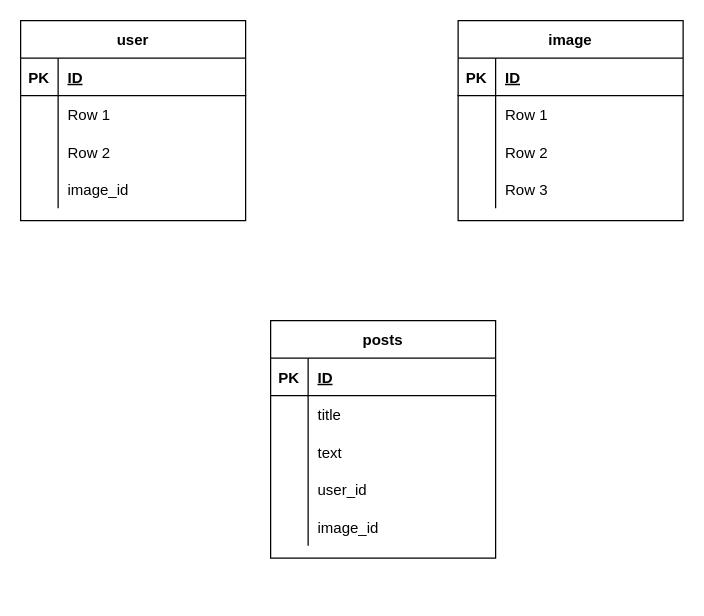
3582/Rails_portfolio keeps this draw.io diagram as docs/ER.drawio. Above is the earlier version. Source tidied: cells renumbered, new cells numbered last; positions are measured from the earlier drawing's top-left corner, leaving out a move shared by most shapes. Both pictures are drawn from the tidied source at 125%, with x=0, y=0 at pixel (20, 20).
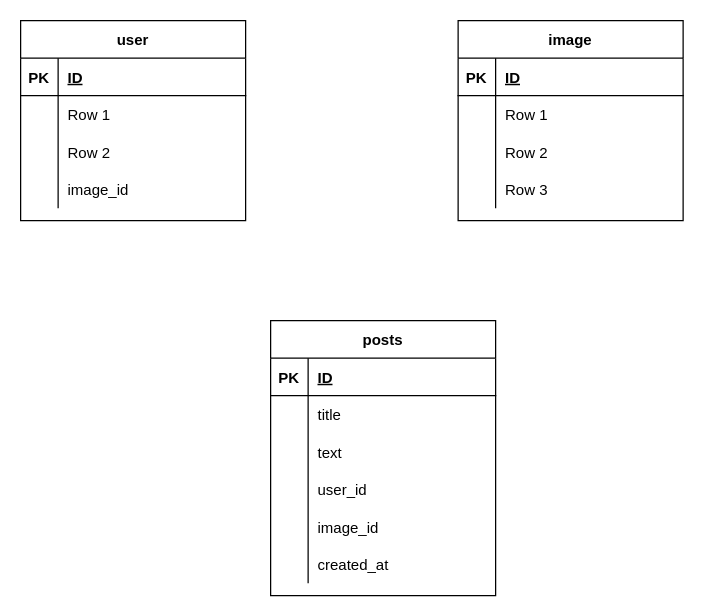
The same page after the edit.

Commit message (it also covers changes not shown here):
ER.drawio を更新します

Diff of the diagram source:
```diff
@@
     <mxCell id="15" value="posts" style="shape=table;startSize=30;childLayout=tableLayout;rowLines=0;fontStyle=1;align=center;" parent="1" vertex="1">
-      <mxGeometry x="200" y="240" width="180" height="190" as="geometry" />
+      <mxGeometry x="200" y="240" width="180" height="220" as="geometry" />
     </mxCell>
@@
+    <mxCell id="44" style="shape=partialRectangle;fillColor=none;top=0;left=0;bottom=0;right=0;" parent="15" vertex="1">
+      <mxGeometry y="180" width="180" height="30" as="geometry" />
+    </mxCell>
+    <mxCell id="45" style="shape=partialRectangle;fillColor=none;top=0;left=0;bottom=0;right=0;overflow=hidden;" parent="44" vertex="1">
+      <mxGeometry width="30" height="30" as="geometry" />
+    </mxCell>
+    <mxCell id="46" value="created_at" style="shape=partialRectangle;fillColor=none;top=0;left=0;bottom=0;right=0;align=left;spacingLeft=6;overflow=hidden;" parent="44" vertex="1">
+      <mxGeometry x="30" width="150" height="30" as="geometry" />
+    </mxCell>
```
